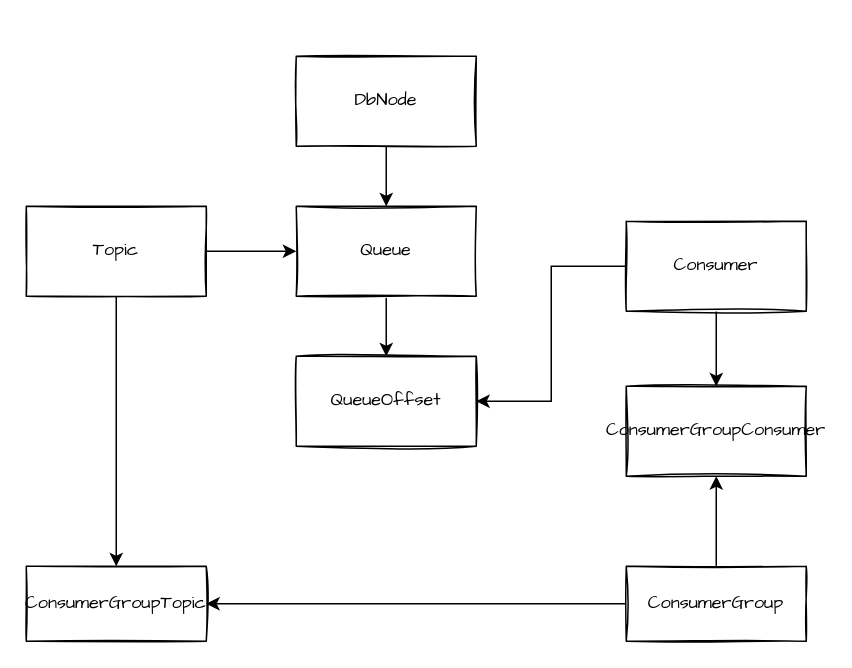
The draw.io diagram document/blueprint/未命名绘图.drawio in iambiglee/catmq, before the edit. Source tidied: cells renumbered, new cells numbered last; positions are measured from the earlier drawing's top-left corner, leaving out a move shared by most shapes. Both pictures are drawn from the tidied source at 150%, with x=0, y=0 at pixel (26, 56).
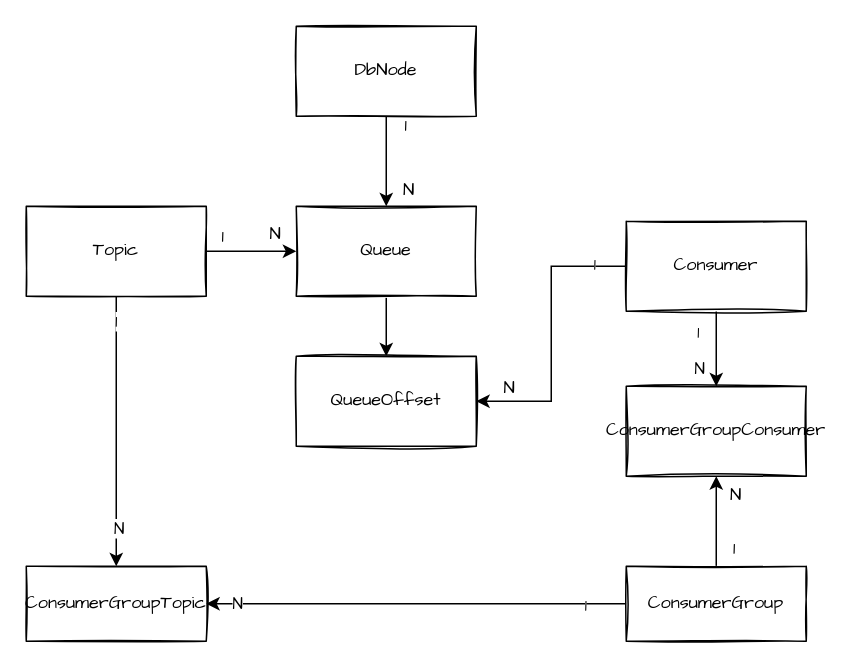
After the change.

Commit message:
更新未命名绘图.drawio

Unchanged cells that the change refers to:
```xml
<mxCell id="6" style="edgeStyle=orthogonalEdgeStyle;rounded=0;jettySize=auto;html=1;entryX=0.5;entryY=0;entryDx=0;entryDy=0;fontFamily=Comic Sans MS;" parent="1" edge="1" source="8" target="17">
  <mxGeometry relative="1" as="geometry" />
</mxCell>
<mxCell id="10" style="edgeStyle=orthogonalEdgeStyle;rounded=0;jettySize=auto;html=1;entryX=1;entryY=0.5;entryDx=0;entryDy=0;fontFamily=Comic Sans MS;" parent="1" edge="1" source="12" target="9">
  <mxGeometry relative="1" as="geometry" />
</mxCell>
<mxCell id="12" value="Consumer" style="whiteSpace=wrap;html=1;shadow=0;sketch=1;fontFamily=Comic Sans MS;" parent="1" vertex="1">
  <mxGeometry x="400" y="110" width="120" height="60" as="geometry" />
</mxCell>
<mxCell id="13" value="ConsumerGroupConsumer" style="whiteSpace=wrap;html=1;shadow=0;sketch=1;fontFamily=Comic Sans MS;" parent="1" vertex="1">
  <mxGeometry x="400" y="220" width="120" height="60" as="geometry" />
</mxCell>
<mxCell id="16" value="ConsumerGroup" style="whiteSpace=wrap;html=1;shadow=0;sketch=1;fontFamily=Comic Sans MS;" parent="1" vertex="1">
  <mxGeometry x="400" y="340" width="120" height="50" as="geometry" />
</mxCell>
<mxCell id="17" value="ConsumerGroupTopic" style="whiteSpace=wrap;html=1;shadow=0;sketch=1;fontFamily=Comic Sans MS;" parent="1" vertex="1">
  <mxGeometry y="340" width="120" height="50" as="geometry" />
</mxCell>
```

The edit, as a diff of the source:
```diff
@@
     <mxCell id="5" value="DbNode" style="rounded=0;whiteSpace=wrap;html=1;sketch=1;shadow=0;fontFamily=Comic Sans MS;" parent="1" vertex="1">
-      <mxGeometry x="180" width="120" height="60" as="geometry" />
+      <mxGeometry x="180" y="-20" width="120" height="60" as="geometry" />
     </mxCell>
@@
+    <mxCell id="18" value="1" style="edgeLabel;html=1;align=center;verticalAlign=middle;fontFamily=Comic Sans MS;" parent="6" vertex="1">
+      <mxGeometry x="-0.82" y="-1" relative="1" as="geometry" />
+    </mxCell>
+    <mxCell id="19" value="N" style="edgeLabel;html=1;align=center;verticalAlign=middle;fontFamily=Comic Sans MS;" parent="6" vertex="1">
+      <mxGeometry x="0.71" y="1" relative="1" as="geometry" />
+    </mxCell>
@@
+    <mxCell id="20" value="1" style="edgeLabel;html=1;align=center;verticalAlign=middle;fontFamily=Comic Sans MS;" parent="10" vertex="1">
+      <mxGeometry x="-0.77" y="-2" relative="1" as="geometry" />
+    </mxCell>
-    <mxCell id="11" style="edgeStyle=orthogonalEdgeStyle;rounded=0;jettySize=auto;html=1;exitX=0.5;exitY=1;exitDx=0;exitDy=0;entryX=0.5;entryY=0;entryDx=0;entryDy=0;fontFamily=Comic Sans MS;" parent="1" edge="1" source="12" target="13">
-      <mxGeometry relative="1" as="geometry" />
+    <mxCell id="11" value="1" style="edgeStyle=orthogonalEdgeStyle;rounded=0;jettySize=auto;html=1;exitX=0.5;exitY=1;exitDx=0;exitDy=0;entryX=0.5;entryY=0;entryDx=0;entryDy=0;fontFamily=Comic Sans MS;" parent="1" edge="1" source="12" target="13">
+      <mxGeometry x="-0.44" y="-12" relative="1" as="geometry">
+        <Array as="points">
+          <mxPoint x="460" y="181" />
+          <mxPoint x="460" y="181" />
+        </Array>
+      </mxGeometry>
     </mxCell>
+    <mxCell id="21" value="N" style="edgeLabel;html=1;align=center;verticalAlign=middle;fontFamily=Comic Sans MS;" parent="11" vertex="1">
+      <mxGeometry x="0.32" y="1" relative="1" as="geometry">
+        <mxPoint x="-13" y="4" as="offset" />
+      </mxGeometry>
+    </mxCell>
@@
-    <mxCell id="15" style="edgeStyle=orthogonalEdgeStyle;rounded=0;jettySize=auto;html=1;entryX=1;entryY=0.5;entryDx=0;entryDy=0;fontFamily=Comic Sans MS;" parent="1" edge="1" source="16" target="17">
-      <mxGeometry relative="1" as="geometry" />
+    <mxCell id="15" value="N" style="edgeStyle=orthogonalEdgeStyle;rounded=0;jettySize=auto;html=1;entryX=1;entryY=0.5;entryDx=0;entryDy=0;fontFamily=Comic Sans MS;" parent="1" edge="1" source="16" target="17">
+      <mxGeometry x="0.85" relative="1" as="geometry" />
     </mxCell>
+    <mxCell id="22" value="1" style="edgeLabel;html=1;align=center;verticalAlign=middle;fontFamily=Comic Sans MS;" parent="15" vertex="1">
+      <mxGeometry x="-0.8" relative="1" as="geometry" />
+    </mxCell>
@@
+    <mxCell id="23" value="N" style="text;html=1;align=center;verticalAlign=middle;strokeColor=none;fillColor=none;fontFamily=Comic Sans MS;" parent="1" vertex="1">
+      <mxGeometry x="308" y="209" width="28" height="26" as="geometry" />
+    </mxCell>
+    <mxCell id="24" value="N" style="text;html=1;align=center;verticalAlign=middle;strokeColor=none;fillColor=none;fontFamily=Comic Sans MS;" parent="1" vertex="1">
+      <mxGeometry x="459" y="280" width="28" height="26" as="geometry" />
+    </mxCell>
+    <mxCell id="25" value="1" style="text;html=1;align=center;verticalAlign=middle;strokeColor=none;fillColor=none;fontFamily=Comic Sans MS;" parent="1" vertex="1">
+      <mxGeometry x="460" y="316" width="23" height="26" as="geometry" />
+    </mxCell>
+    <mxCell id="26" value="1" style="text;html=1;align=center;verticalAlign=middle;strokeColor=none;fillColor=none;fontFamily=Comic Sans MS;" parent="1" vertex="1">
+      <mxGeometry x="119" y="108" width="23" height="26" as="geometry" />
+    </mxCell>
+    <mxCell id="27" value="N" style="text;html=1;align=center;verticalAlign=middle;strokeColor=none;fillColor=none;fontFamily=Comic Sans MS;" parent="1" vertex="1">
+      <mxGeometry x="152" y="106" width="28" height="26" as="geometry" />
+    </mxCell>
+    <mxCell id="28" value="1" style="text;html=1;align=center;verticalAlign=middle;strokeColor=none;fillColor=none;fontFamily=Comic Sans MS;" parent="1" vertex="1">
+      <mxGeometry x="241" y="34" width="23" height="26" as="geometry" />
+    </mxCell>
+    <mxCell id="29" value="N" style="text;html=1;align=center;verticalAlign=middle;strokeColor=none;fillColor=none;fontFamily=Comic Sans MS;" parent="1" vertex="1">
+      <mxGeometry x="241" y="77" width="28" height="26" as="geometry" />
+    </mxCell>
```
